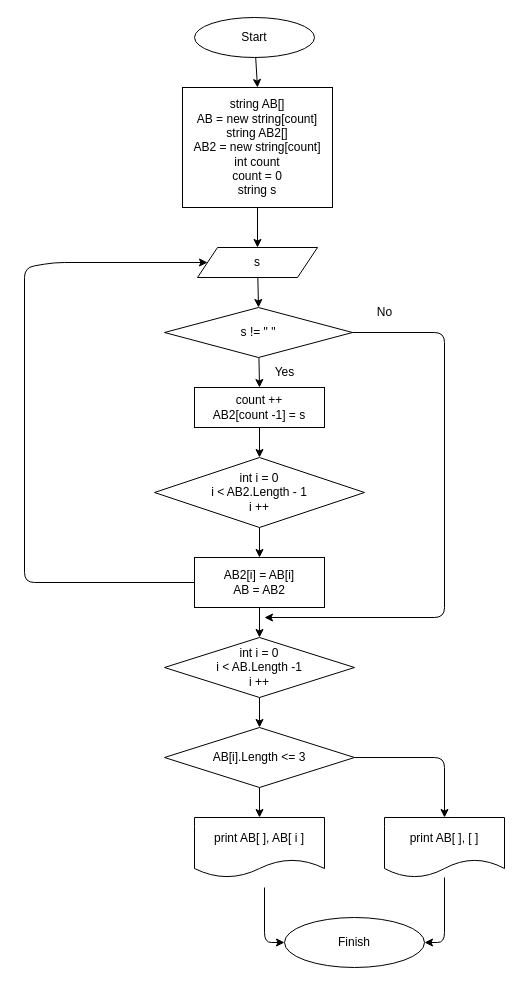
This is fasol.drawio from wol6e/Massive, a draw.io file, before an edit. Source tidied: cells renumbered, new cells numbered last; positions are measured from the earlier drawing's top-left corner, leaving out a move shared by most shapes. Both pictures are drawn from the tidied source at 100%, with x=0, y=0 at pixel (24, 17).
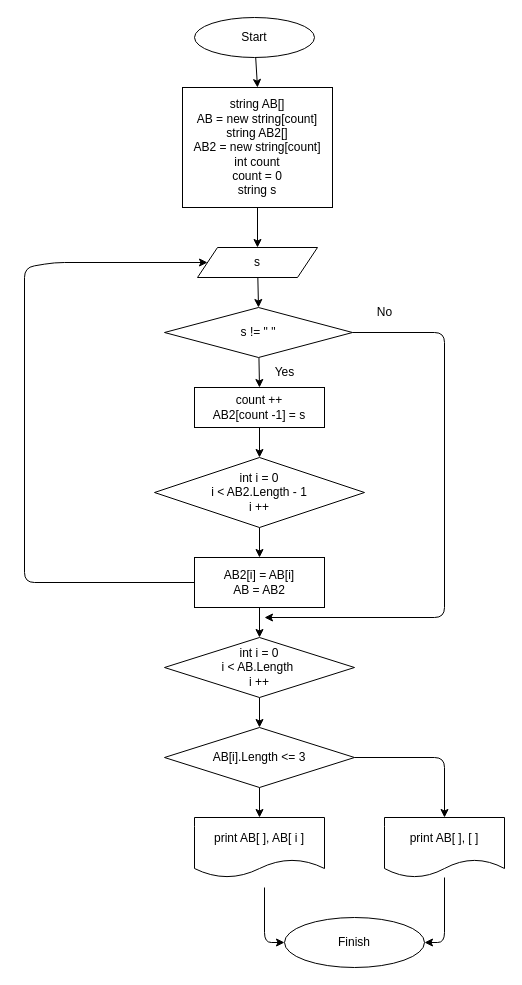
The same page after the edit.

Commit message:
add block-scheme

What changed in the source:
```diff
@@
-    <mxCell id="21" value="int i = 0&lt;br&gt;i &amp;lt; AB.Length -1&lt;br&gt;i ++" style="rhombus;whiteSpace=wrap;html=1;" parent="1" vertex="1">
+    <mxCell id="21" value="int i = 0&lt;br&gt;i &amp;lt; AB.Length&amp;nbsp;&lt;br&gt;i ++" style="rhombus;whiteSpace=wrap;html=1;" parent="1" vertex="1">
       <mxGeometry x="140" y="620" width="190" height="60" as="geometry" />
     </mxCell>
```
